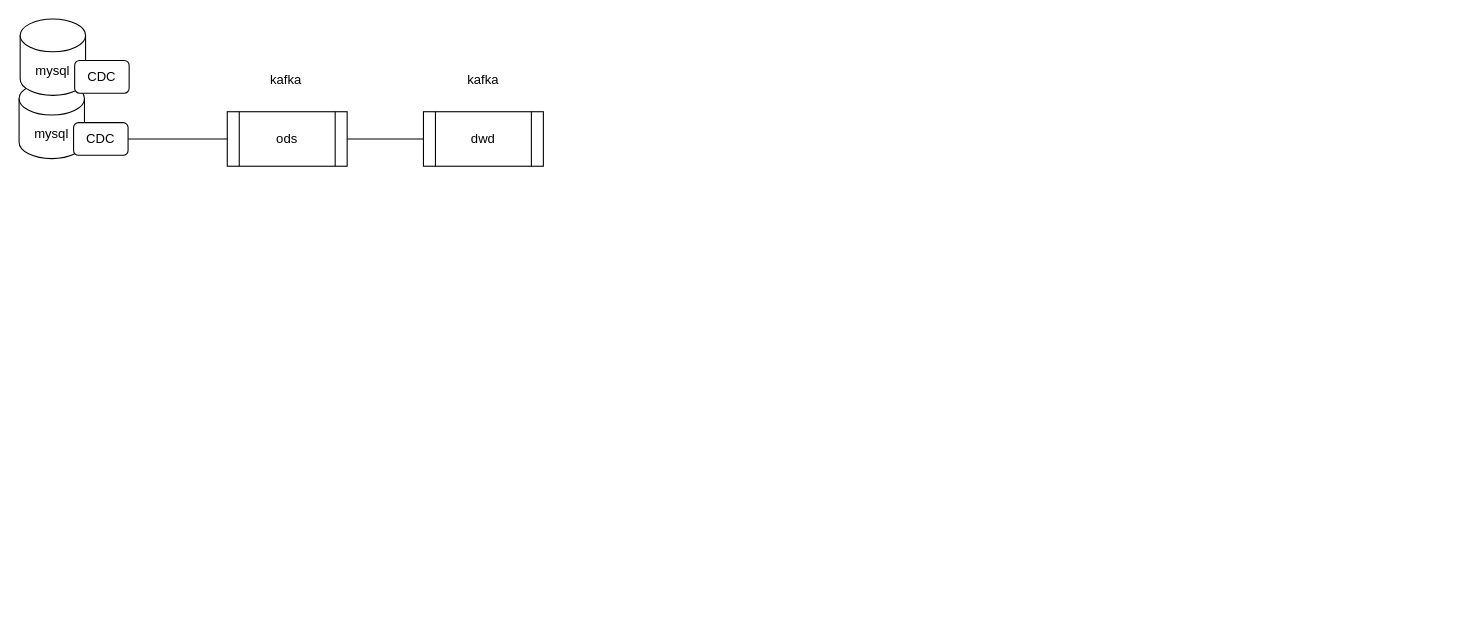
This is 实时数仓架构.drawio from stgztsw/diagrams, a draw.io file, before an edit. Source tidied: cells renumbered, new cells numbered last; positions are measured from the earlier drawing's top-left corner, leaving out a move shared by most shapes. Both pictures are drawn from the tidied source at 109%, with x=0, y=0 at pixel (19, 19).
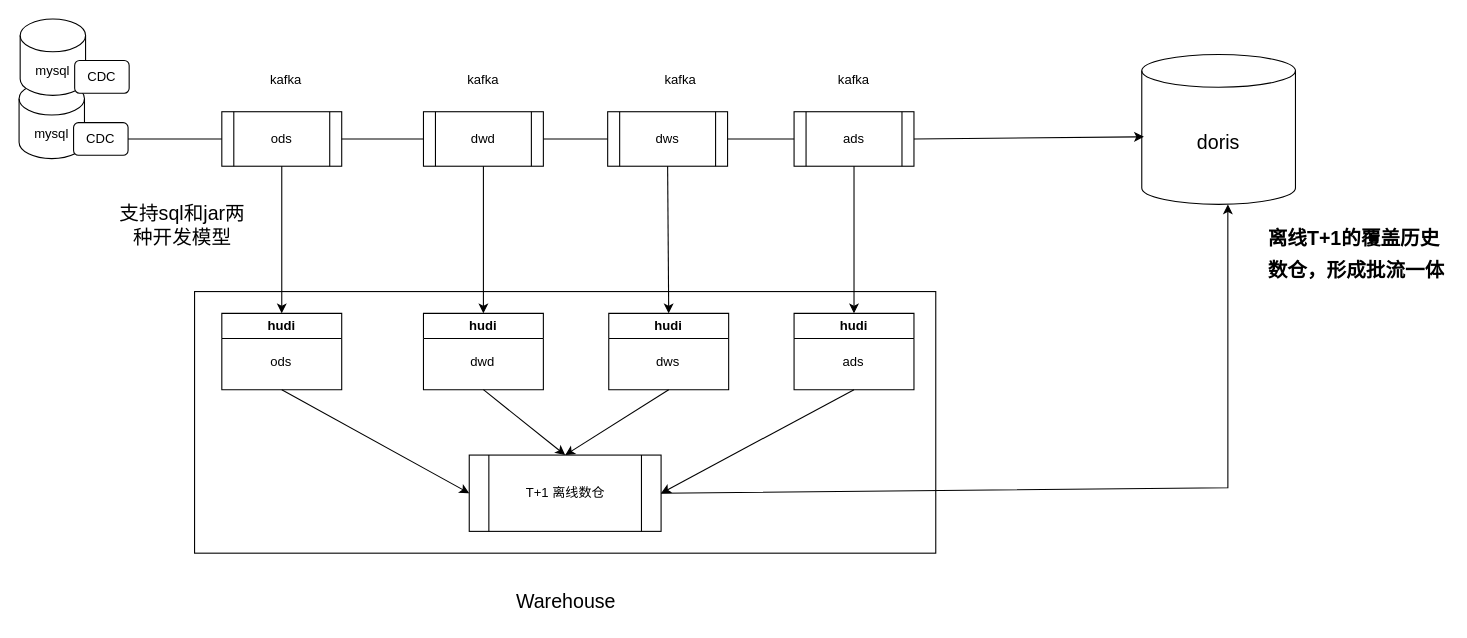
After the change.

Commit message:
更新实时数仓架构.drawio

Unchanged cells that the change refers to:
```xml
<mxCell id="9" value="dwd" style="shape=process;whiteSpace=wrap;html=1;backgroundOutline=1;" parent="1" vertex="1">
  <mxGeometry x="371" y="85" width="110" height="50" as="geometry" />
</mxCell>
```

Change to the diagram source:
```diff
@@
     <mxCell id="6" value="ods" style="shape=process;whiteSpace=wrap;html=1;backgroundOutline=1;" parent="1" vertex="1">
-      <mxGeometry x="191" y="85" width="110" height="50" as="geometry" />
+      <mxGeometry x="186" y="85" width="110" height="50" as="geometry" />
     </mxCell>
@@
+    <mxCell id="12" value="dws" style="shape=process;whiteSpace=wrap;html=1;backgroundOutline=1;" parent="1" vertex="1">
+      <mxGeometry x="540" y="85" width="110" height="50" as="geometry" />
+    </mxCell>
+    <mxCell id="13" style="endArrow=none;html=1;rounded=0;exitX=1;exitY=0.5;exitDx=0;exitDy=0;entryX=0;entryY=0.5;entryDx=0;entryDy=0;" parent="1" edge="1" source="9" target="12">
+      <mxGeometry relative="1" as="geometry" />
+    </mxCell>
+    <mxCell id="14" value="kafka" style="text;html=1;strokeColor=none;fillColor=none;align=center;verticalAlign=middle;whiteSpace=wrap;rounded=0;" parent="1" vertex="1">
+      <mxGeometry x="577" y="41" width="60" height="30" as="geometry" />
+    </mxCell>
+    <mxCell id="15" style="rounded=0;whiteSpace=wrap;html=1;" parent="1" vertex="1">
+      <mxGeometry x="161" y="250" width="680" height="240" as="geometry" />
+    </mxCell>
+    <mxCell id="16" value="&lt;font style=&quot;font-size: 18px;&quot;&gt;Warehouse&lt;/font&gt;" style="text;html=1;strokeColor=none;fillColor=none;align=center;verticalAlign=middle;whiteSpace=wrap;rounded=0;" parent="1" vertex="1">
+      <mxGeometry x="461" y="520" width="82" height="30" as="geometry" />
+    </mxCell>
+    <mxCell id="17" value="hudi" style="swimlane;whiteSpace=wrap;html=1;" parent="1" vertex="1">
+      <mxGeometry x="186" y="270" width="110" height="70" as="geometry" />
+    </mxCell>
+    <mxCell id="18" value="ods" style="text;html=1;align=center;verticalAlign=middle;strokeColor=none;fillColor=none;" parent="17" vertex="1">
+      <mxGeometry x="34" y="30" width="40" height="30" as="geometry" />
+    </mxCell>
+    <mxCell id="19" value="hudi" style="swimlane;whiteSpace=wrap;html=1;" parent="1" vertex="1">
+      <mxGeometry x="371" y="270" width="110" height="70" as="geometry" />
+    </mxCell>
+    <mxCell id="20" value="dwd" style="text;html=1;align=center;verticalAlign=middle;strokeColor=none;fillColor=none;" parent="19" vertex="1">
+      <mxGeometry x="29" y="30" width="50" height="30" as="geometry" />
+    </mxCell>
+    <mxCell id="21" value="hudi" style="swimlane;whiteSpace=wrap;html=1;" parent="1" vertex="1">
+      <mxGeometry x="541" y="270" width="110" height="70" as="geometry" />
+    </mxCell>
+    <mxCell id="22" value="dws" style="text;html=1;align=center;verticalAlign=middle;strokeColor=none;fillColor=none;" parent="21" vertex="1">
+      <mxGeometry x="34" y="30" width="40" height="30" as="geometry" />
+    </mxCell>
+    <mxCell id="23" value="ads" style="shape=process;whiteSpace=wrap;html=1;backgroundOutline=1;" parent="1" vertex="1">
+      <mxGeometry x="711" y="85" width="110" height="50" as="geometry" />
+    </mxCell>
+    <mxCell id="24" value="kafka" style="text;html=1;strokeColor=none;fillColor=none;align=center;verticalAlign=middle;whiteSpace=wrap;rounded=0;" parent="1" vertex="1">
+      <mxGeometry x="736" y="41" width="60" height="30" as="geometry" />
+    </mxCell>
+    <mxCell id="25" value="hudi" style="swimlane;whiteSpace=wrap;html=1;" parent="1" vertex="1">
+      <mxGeometry x="711" y="270" width="110" height="70" as="geometry" />
+    </mxCell>
+    <mxCell id="26" value="ads" style="text;html=1;align=center;verticalAlign=middle;strokeColor=none;fillColor=none;" parent="25" vertex="1">
+      <mxGeometry x="34" y="30" width="40" height="30" as="geometry" />
+    </mxCell>
+    <mxCell id="27" style="endArrow=classic;html=1;rounded=0;exitX=0.5;exitY=1;exitDx=0;exitDy=0;" parent="1" edge="1" source="6" target="17">
+      <mxGeometry relative="1" as="geometry" />
+    </mxCell>
+    <mxCell id="28" style="endArrow=classic;html=1;rounded=0;exitX=0.5;exitY=1;exitDx=0;exitDy=0;" parent="1" edge="1" source="9" target="19">
+      <mxGeometry relative="1" as="geometry" />
+    </mxCell>
+    <mxCell id="29" style="endArrow=classic;html=1;rounded=0;exitX=0.5;exitY=1;exitDx=0;exitDy=0;entryX=0.5;entryY=0;entryDx=0;entryDy=0;" parent="1" edge="1" source="12" target="21">
+      <mxGeometry relative="1" as="geometry" />
+    </mxCell>
+    <mxCell id="30" style="endArrow=none;html=1;rounded=0;exitX=1;exitY=0.5;exitDx=0;exitDy=0;entryX=0;entryY=0.5;entryDx=0;entryDy=0;" parent="1" edge="1" source="12" target="23">
+      <mxGeometry relative="1" as="geometry" />
+    </mxCell>
+    <mxCell id="31" style="endArrow=classic;html=1;rounded=0;exitX=0.5;exitY=1;exitDx=0;exitDy=0;" parent="1" edge="1" source="23" target="25">
+      <mxGeometry relative="1" as="geometry" />
+    </mxCell>
+    <mxCell id="32" value="&lt;font style=&quot;font-size: 18px;&quot;&gt;doris&lt;/font&gt;" style="shape=cylinder3;whiteSpace=wrap;html=1;boundedLbl=1;backgroundOutline=1;size=15;" parent="1" vertex="1">
+      <mxGeometry x="1030" y="32.5" width="141" height="137.5" as="geometry" />
+    </mxCell>
+    <mxCell id="33" value="T+1 离线数仓" style="shape=process;whiteSpace=wrap;html=1;backgroundOutline=1;" parent="1" vertex="1">
+      <mxGeometry x="413" y="400" width="176" height="70" as="geometry" />
+    </mxCell>
+    <mxCell id="34" style="endArrow=classic;html=1;rounded=0;exitX=0.5;exitY=1;exitDx=0;exitDy=0;entryX=0;entryY=0.5;entryDx=0;entryDy=0;" parent="1" edge="1" source="17" target="33">
+      <mxGeometry relative="1" as="geometry" />
+    </mxCell>
+    <mxCell id="35" style="endArrow=classic;html=1;rounded=0;exitX=0.5;exitY=1;exitDx=0;exitDy=0;entryX=0.5;entryY=0;entryDx=0;entryDy=0;" parent="1" edge="1" source="19" target="33">
+      <mxGeometry relative="1" as="geometry" />
+    </mxCell>
+    <mxCell id="36" style="endArrow=classic;html=1;rounded=0;exitX=0.5;exitY=1;exitDx=0;exitDy=0;entryX=0.5;entryY=0;entryDx=0;entryDy=0;" parent="1" edge="1" source="21" target="33">
+      <mxGeometry relative="1" as="geometry" />
+    </mxCell>
+    <mxCell id="37" style="endArrow=classic;html=1;rounded=0;exitX=0.5;exitY=1;exitDx=0;exitDy=0;entryX=1;entryY=0.5;entryDx=0;entryDy=0;" parent="1" edge="1" source="25" target="33">
+      <mxGeometry relative="1" as="geometry" />
+    </mxCell>
+    <mxCell id="38" style="endArrow=classic;html=1;rounded=0;exitX=1;exitY=0.5;exitDx=0;exitDy=0;entryX=0.014;entryY=0.549;entryDx=0;entryDy=0;entryPerimeter=0;" parent="1" edge="1" source="23" target="32">
+      <mxGeometry relative="1" as="geometry" />
+    </mxCell>
+    <mxCell id="39" style="endArrow=classic;html=1;rounded=0;exitX=1;exitY=0.5;exitDx=0;exitDy=0;entryX=0.56;entryY=1;entryDx=0;entryDy=0;entryPerimeter=0;" parent="1" edge="1" source="33" target="32">
+      <mxGeometry relative="1" as="geometry">
+        <Array as="points">
+          <mxPoint x="1109" y="430" />
+        </Array>
+      </mxGeometry>
+    </mxCell>
+    <mxCell id="40" value="&lt;h1&gt;&lt;font style=&quot;font-size: 18px;&quot;&gt;离线T+1的覆盖历史数仓，形成批流一体&lt;/font&gt;&lt;/h1&gt;" style="text;html=1;strokeColor=none;fillColor=none;spacing=5;spacingTop=-20;whiteSpace=wrap;overflow=hidden;rounded=0;" parent="1" vertex="1">
+      <mxGeometry x="1141" y="180" width="170" height="80" as="geometry" />
+    </mxCell>
+    <mxCell id="41" value="&lt;font style=&quot;font-size: 18px;&quot;&gt;支持sql和jar两种开发模型&lt;/font&gt;" style="text;html=1;strokeColor=none;fillColor=none;align=center;verticalAlign=middle;whiteSpace=wrap;rounded=0;" parent="1" vertex="1">
+      <mxGeometry x="85" y="160" width="130" height="59" as="geometry" />
+    </mxCell>
```
